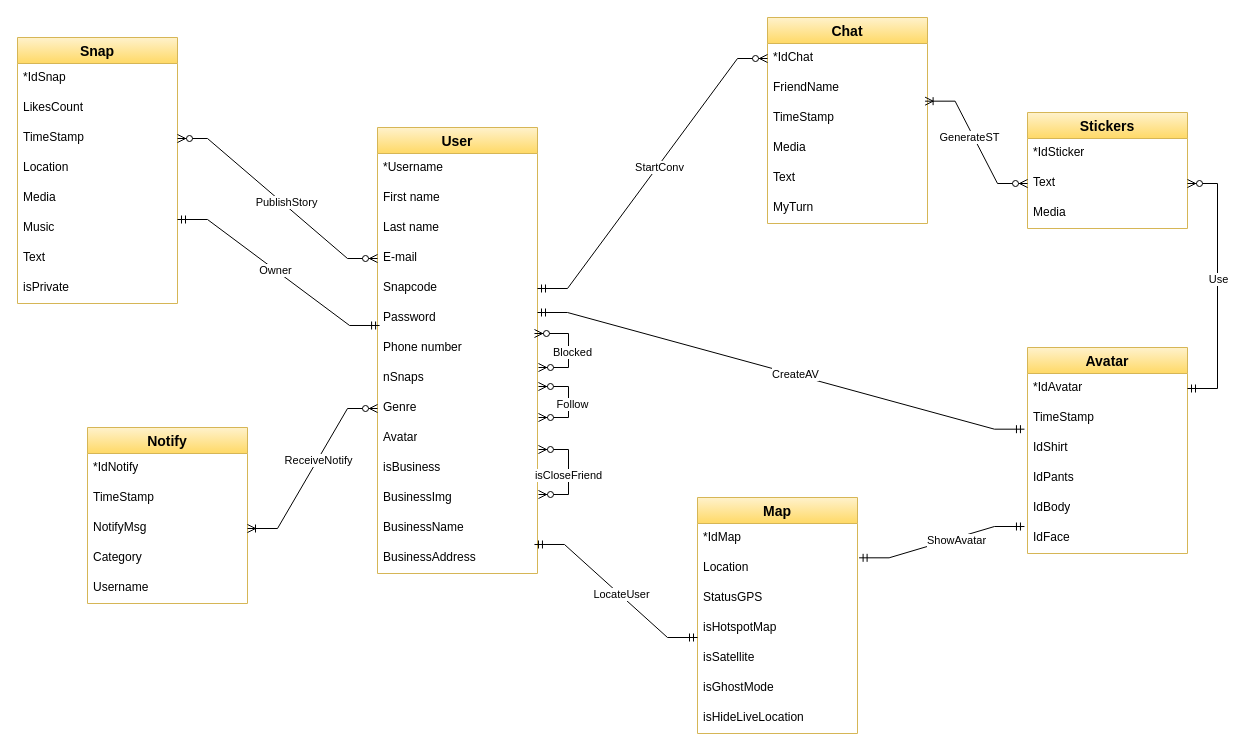
This is nuovo-schema-ER[v2- 25/10/23].drawio from Antonet99/noSQL-Snapchat, a draw.io file, before an edit. Source tidied: cells renumbered, new cells numbered last; positions are measured from the earlier drawing's top-left corner, leaving out a move shared by most shapes. Both pictures are drawn from the tidied source at 100%, with x=0, y=0 at pixel (17, 17).
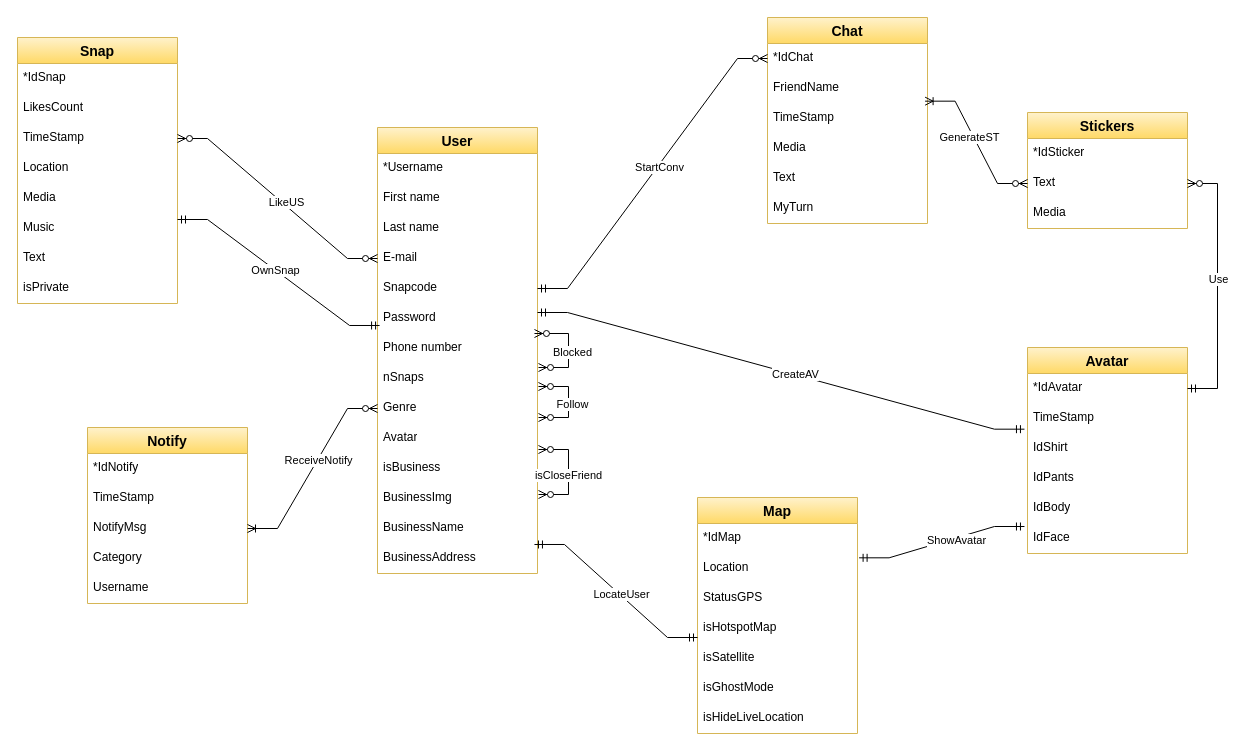
The same diagram, later.

Commit message:
Aggiornamento schema

The change refers to these unchanged cells:
```xml
<mxCell id="78" style="edgeStyle=entityRelationEdgeStyle;fontSize=12;html=1;endArrow=ERzeroToMany;endFill=1;startArrow=ERzeroToMany;rounded=0;entryX=1;entryY=0.5;entryDx=0;entryDy=0;exitX=0;exitY=0.5;exitDx=0;exitDy=0;" parent="1" edge="1" source="6" target="35">
  <mxGeometry relative="1" as="geometry" />
</mxCell>
<mxCell id="80" style="edgeStyle=entityRelationEdgeStyle;fontSize=12;html=1;endArrow=ERmandOne;startArrow=ERmandOne;rounded=0;exitX=0.013;exitY=0.733;exitDx=0;exitDy=0;exitPerimeter=0;entryX=1;entryY=0.2;entryDx=0;entryDy=0;entryPerimeter=0;" parent="1" edge="1" source="8" target="38">
  <mxGeometry relative="1" as="geometry" />
</mxCell>
```

The edit, as a diff of the source:
```diff
@@
-    <mxCell id="79" value="PublishStory" style="edgeLabel;html=1;align=center;verticalAlign=middle;" parent="78" vertex="1">
+    <mxCell id="79" value="LikeUS" style="edgeLabel;html=1;align=center;verticalAlign=middle;" parent="78" vertex="1">
       <mxGeometry x="-0.07" y="-3" relative="1" as="geometry" />
     </mxCell>
@@
-    <mxCell id="81" value="Owner" style="edgeLabel;html=1;align=center;verticalAlign=middle;" parent="80" vertex="1">
+    <mxCell id="81" value="OwnSnap" style="edgeLabel;html=1;align=center;verticalAlign=middle;" parent="80" vertex="1">
       <mxGeometry x="0.04" relative="1" as="geometry" />
     </mxCell>
```
